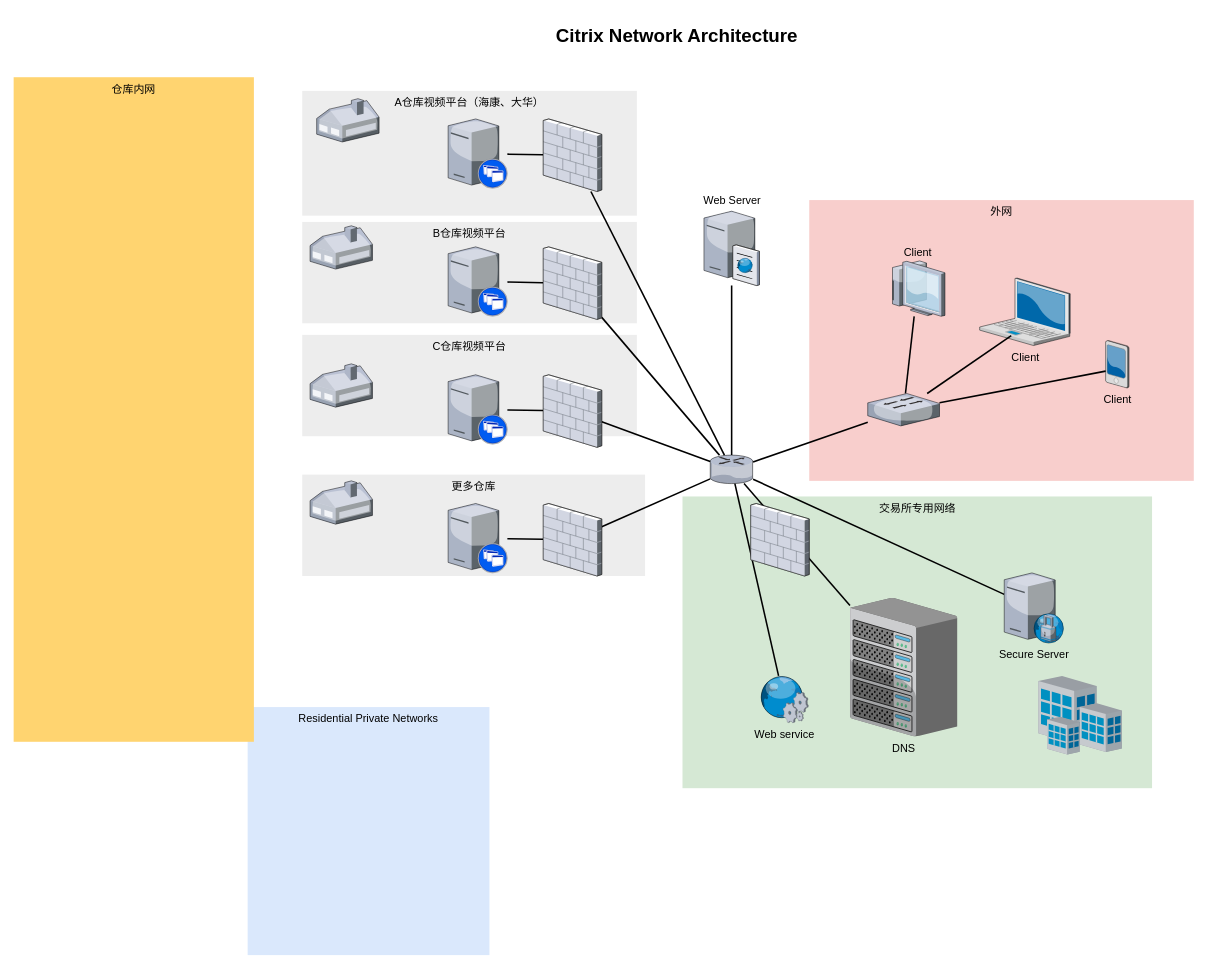
Before: 未命名绘图.drawio in papacs/autoVideo, a draw.io diagram. Source tidied: cells renumbered, new cells numbered last; positions are measured from the earlier drawing's top-left corner, leaving out a move shared by most shapes. Both pictures are drawn from the tidied source at 78%, with x=0, y=0 at pixel (13, 20).
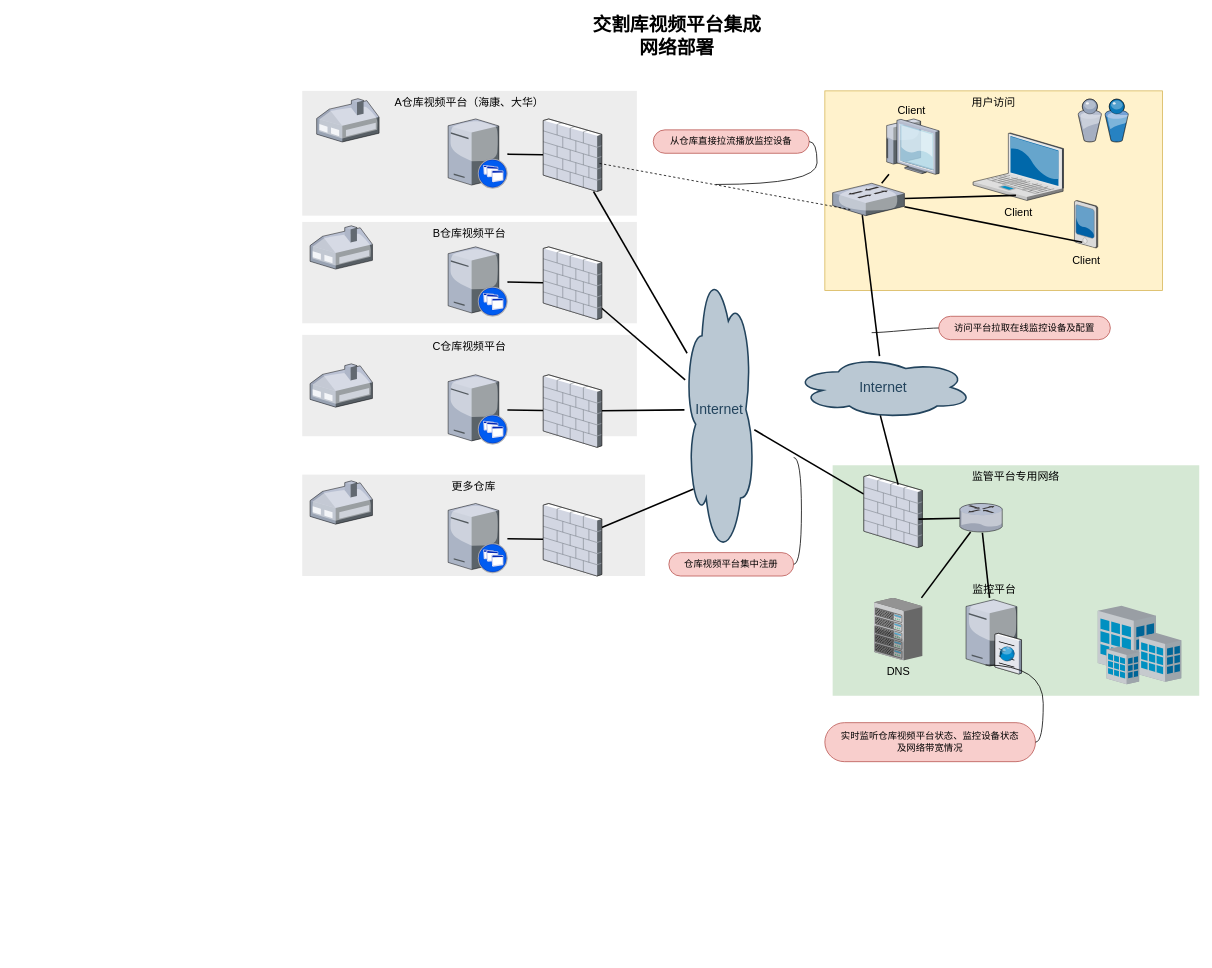
After the change.

Commit message:
更新未命名绘图.drawio

The change refers to these unchanged cells:
```xml
<mxCell id="28" style="verticalLabelPosition=bottom;html=1;verticalAlign=top;strokeColor=none;shape=mxgraph.citrix.firewall;fillColor=#66B2FF;gradientColor=#0066CC;fontSize=14;" parent="1" vertex="1">
  <mxGeometry x="679" y="126" width="75" height="93" as="geometry" />
</mxCell>
<mxCell id="30" style="verticalLabelPosition=bottom;html=1;verticalAlign=top;strokeColor=none;shape=mxgraph.citrix.firewall;fillColor=#66B2FF;gradientColor=#0066CC;fontSize=14;" parent="1" vertex="1">
  <mxGeometry x="679" y="290" width="75" height="93" as="geometry" />
</mxCell>
<mxCell id="32" style="verticalLabelPosition=bottom;html=1;verticalAlign=top;strokeColor=none;shape=mxgraph.citrix.firewall;fillColor=#66B2FF;gradientColor=#0066CC;fontSize=14;" parent="1" vertex="1">
  <mxGeometry x="679" y="454" width="75" height="93" as="geometry" />
</mxCell>
<mxCell id="34" style="verticalLabelPosition=bottom;html=1;verticalAlign=top;strokeColor=none;shape=mxgraph.citrix.firewall;fillColor=#66B2FF;gradientColor=#0066CC;fontSize=14;" parent="1" vertex="1">
  <mxGeometry x="679" y="619" width="75" height="93" as="geometry" />
</mxCell>
```

What changed in the source:
```diff
@@
-    <mxCell id="5" value="外网" style="whiteSpace=wrap;html=1;fillColor=#f8cecc;fontSize=14;strokeColor=none;verticalAlign=top;" parent="1" vertex="1">
-      <mxGeometry x="1020" y="230" width="493" height="360" as="geometry" />
+    <mxCell id="5" value="用户访问" style="whiteSpace=wrap;html=1;fillColor=#fff2cc;fontSize=14;strokeColor=#d6b656;verticalAlign=top;" parent="1" vertex="1">
+      <mxGeometry x="1040" y="90" width="433" height="256" as="geometry" />
     </mxCell>
-    <mxCell id="6" value="交易所专用网络" style="whiteSpace=wrap;html=1;fillColor=#d5e8d4;fontSize=14;strokeColor=none;verticalAlign=top;" parent="1" vertex="1">
-      <mxGeometry x="857.5" y="610" width="602" height="374" as="geometry" />
+    <mxCell id="6" value="监管平台专用网络" style="whiteSpace=wrap;html=1;fillColor=#d5e8d4;fontSize=14;strokeColor=none;verticalAlign=top;" parent="1" vertex="1">
+      <mxGeometry x="1050" y="570" width="470" height="295.5" as="geometry" />
     </mxCell>
@@
-    <mxCell id="8" value="Residential Private Networks" style="whiteSpace=wrap;html=1;fillColor=#dae8fc;fontSize=14;strokeColor=none;verticalAlign=top;" parent="1" vertex="1">
-      <mxGeometry x="300" y="880" width="310" height="318" as="geometry" />
-    </mxCell>
-    <mxCell id="9" value="仓库内网" style="whiteSpace=wrap;html=1;fillColor=#FFD470;gradientColor=none;fontSize=14;strokeColor=none;verticalAlign=top;" parent="1" vertex="1">
-      <mxGeometry y="72.5" width="308" height="852" as="geometry" />
-    </mxCell>
     <mxCell id="10" value="Client" style="verticalLabelPosition=bottom;html=1;verticalAlign=top;strokeColor=none;shape=mxgraph.citrix.laptop_2;fillColor=#66B2FF;gradientColor=#0066CC;fontSize=14;" parent="1" vertex="1">
-      <mxGeometry x="1238.5" y="330" width="116" height="86.5" as="geometry" />
+      <mxGeometry x="1230" y="144" width="116" height="86.5" as="geometry" />
     </mxCell>
     <mxCell id="11" value="Client" style="verticalLabelPosition=bottom;html=1;verticalAlign=top;strokeColor=none;shape=mxgraph.citrix.pda;fillColor=#66B2FF;gradientColor=#0066CC;fontSize=14;" parent="1" vertex="1">
-      <mxGeometry x="1400" y="410" width="30" height="61" as="geometry" />
+      <mxGeometry x="1360" y="230.5" width="30" height="61" as="geometry" />
     </mxCell>
@@
-    <mxCell id="21" style="edgeStyle=none;rounded=0;html=1;startSize=10;endSize=10;jettySize=auto;fontSize=14;endArrow=none;endFill=0;strokeWidth=2;" parent="1" edge="1" source="24" target="25">
+    <mxCell id="21" style="edgeStyle=none;rounded=0;html=1;startSize=10;endSize=10;jettySize=auto;fontSize=14;endArrow=none;endFill=0;strokeWidth=2;" parent="1" edge="1" source="50" target="49">
       <mxGeometry relative="1" as="geometry" />
     </mxCell>
-    <mxCell id="22" style="edgeStyle=none;rounded=0;html=1;startSize=10;endSize=10;jettySize=auto;fontSize=14;endArrow=none;endFill=0;strokeWidth=2;" parent="1" edge="1" source="24" target="39">
+    <mxCell id="22" style="edgeStyle=none;rounded=0;html=1;jettySize=auto;fontSize=14;endArrow=none;endFill=0;strokeWidth=2;entryX=0.413;entryY=0.982;entryDx=0;entryDy=0;entryPerimeter=0;" parent="1" edge="1" source="54" target="39">
       <mxGeometry relative="1" as="geometry" />
     </mxCell>
-    <mxCell id="23" style="edgeStyle=none;rounded=0;html=1;startSize=10;endSize=10;jettySize=auto;fontSize=14;endArrow=none;endFill=0;strokeWidth=2;" parent="1" edge="1" source="24" target="35">
-      <mxGeometry relative="1" as="geometry" />
-    </mxCell>
     <mxCell id="24" style="verticalLabelPosition=bottom;html=1;verticalAlign=top;strokeColor=none;shape=mxgraph.citrix.router;fillColor=#66B2FF;gradientColor=#0066CC;fontSize=14;" parent="1" vertex="1">
-      <mxGeometry x="893" y="557" width="55" height="36.5" as="geometry" />
+      <mxGeometry x="1213" y="619" width="55" height="36.5" as="geometry" />
     </mxCell>
-    <mxCell id="25" value="Web Server" style="verticalLabelPosition=top;html=1;verticalAlign=bottom;strokeColor=none;shape=mxgraph.citrix.cache_server;fillColor=#66B2FF;gradientColor=#0066CC;fontSize=14;labelPosition=center;align=center;" parent="1" vertex="1">
-      <mxGeometry x="885" y="242" width="71" height="97.5" as="geometry" />
+    <mxCell id="25" value="监控平台" style="verticalLabelPosition=top;html=1;verticalAlign=bottom;strokeColor=none;shape=mxgraph.citrix.cache_server;fillColor=#66B2FF;gradientColor=#0066CC;fontSize=14;labelPosition=center;align=center;" parent="1" vertex="1">
+      <mxGeometry x="1221" y="740" width="71" height="97.5" as="geometry" />
     </mxCell>
     <mxCell id="26" value="DNS" style="verticalLabelPosition=bottom;html=1;verticalAlign=top;strokeColor=none;shape=mxgraph.citrix.chassis;fillColor=#66B2FF;gradientColor=#0066CC;fontSize=14;" parent="1" vertex="1">
-      <mxGeometry x="1072.2" y="740" width="137.5" height="177.5" as="geometry" />
+      <mxGeometry x="1103" y="740" width="62" height="80" as="geometry" />
     </mxCell>
-    <mxCell id="27" style="edgeStyle=none;rounded=0;html=1;startSize=10;endSize=10;jettySize=auto;fontSize=14;endArrow=none;endFill=0;strokeWidth=2;" parent="1" edge="1" source="28" target="24">
+    <mxCell id="27" style="edgeStyle=none;rounded=0;html=1;startSize=10;endSize=10;jettySize=auto;fontSize=14;endArrow=none;endFill=0;strokeWidth=2;" parent="1" edge="1" source="28" target="50">
       <mxGeometry relative="1" as="geometry" />
     </mxCell>
@@
-    <mxCell id="29" style="edgeStyle=none;rounded=0;html=1;startSize=10;endSize=10;jettySize=auto;fontSize=14;endArrow=none;endFill=0;strokeWidth=2;" parent="1" edge="1" source="30" target="24">
+    <mxCell id="29" style="edgeStyle=none;rounded=0;html=1;startSize=10;endSize=10;jettySize=auto;fontSize=14;endArrow=none;endFill=0;strokeWidth=2;" parent="1" edge="1" source="30" target="50">
       <mxGeometry relative="1" as="geometry" />
     </mxCell>
@@
-    <mxCell id="31" style="edgeStyle=none;rounded=0;html=1;startSize=10;endSize=10;jettySize=auto;fontSize=14;endArrow=none;endFill=0;strokeWidth=2;" parent="1" edge="1" source="32" target="24">
+    <mxCell id="31" style="edgeStyle=none;rounded=0;html=1;startSize=10;endSize=10;jettySize=auto;fontSize=14;endArrow=none;endFill=0;strokeWidth=2;" parent="1" edge="1" source="32" target="50">
       <mxGeometry relative="1" as="geometry" />
     </mxCell>
@@
-    <mxCell id="33" style="edgeStyle=none;rounded=0;html=1;startSize=10;endSize=10;jettySize=auto;fontSize=14;endArrow=none;endFill=0;strokeWidth=2;" parent="1" edge="1" source="34" target="24">
+    <mxCell id="33" style="edgeStyle=none;rounded=0;html=1;startSize=10;endSize=10;jettySize=auto;fontSize=14;endArrow=none;endFill=0;strokeWidth=2;entryX=0.13;entryY=0.77;entryDx=0;entryDy=0;entryPerimeter=0;" parent="1" edge="1" source="34" target="50">
       <mxGeometry relative="1" as="geometry" />
     </mxCell>
@@
-    <mxCell id="35" value="Secure Server" style="verticalLabelPosition=bottom;html=1;verticalAlign=top;strokeColor=none;shape=mxgraph.citrix.proxy_server;fillColor=#66B2FF;gradientColor=#0066CC;fontSize=14;" parent="1" vertex="1">
-      <mxGeometry x="1270" y="708" width="76.5" height="90" as="geometry" />
-    </mxCell>
@@
-    <mxCell id="37" style="edgeStyle=none;rounded=0;html=1;startSize=10;endSize=10;jettySize=auto;fontSize=14;endArrow=none;endFill=0;strokeWidth=2;" parent="1" edge="1" source="39">
-      <mxGeometry relative="1" as="geometry">
-        <mxPoint x="1279" y="403.9" as="targetPoint" />
-      </mxGeometry>
+    <mxCell id="37" style="edgeStyle=none;rounded=0;html=1;startSize=10;endSize=10;jettySize=auto;fontSize=14;endArrow=none;endFill=0;strokeWidth=2;entryX=0.474;entryY=0.925;entryDx=0;entryDy=0;entryPerimeter=0;" parent="1" edge="1" source="39" target="10">
+      <mxGeometry relative="1" as="geometry" />
     </mxCell>
-    <mxCell id="38" style="edgeStyle=none;rounded=0;html=1;startSize=10;endSize=10;jettySize=auto;fontSize=14;endArrow=none;endFill=0;strokeWidth=2;" parent="1" edge="1" source="39">
-      <mxGeometry relative="1" as="geometry">
-        <mxPoint x="1400" y="449.3" as="targetPoint" />
-      </mxGeometry>
+    <mxCell id="38" style="edgeStyle=none;rounded=0;html=1;startSize=10;endSize=10;jettySize=auto;fontSize=14;endArrow=none;endFill=0;strokeWidth=2;entryX=0.333;entryY=0.877;entryDx=0;entryDy=0;entryPerimeter=0;" parent="1" edge="1" source="39" target="11">
+      <mxGeometry relative="1" as="geometry" />
     </mxCell>
     <mxCell id="39" style="verticalLabelPosition=bottom;html=1;verticalAlign=top;strokeColor=none;shape=mxgraph.citrix.switch;fillColor=#66B2FF;gradientColor=#0066CC;fontSize=14;" parent="1" vertex="1">
-      <mxGeometry x="1095" y="478" width="92" height="41.5" as="geometry" />
+      <mxGeometry x="1050" y="208.5" width="92" height="41.5" as="geometry" />
     </mxCell>
     <mxCell id="40" value="Client" style="verticalLabelPosition=top;html=1;verticalAlign=bottom;strokeColor=none;shape=mxgraph.citrix.thin_client;fillColor=#66B2FF;gradientColor=#0066CC;fontSize=14;labelPosition=center;align=center;" parent="1" vertex="1">
-      <mxGeometry x="1123" y="308" width="71" height="71" as="geometry" />
+      <mxGeometry x="1115.5" y="126" width="71" height="71" as="geometry" />
     </mxCell>
-    <mxCell id="41" style="edgeStyle=none;rounded=0;html=1;startSize=10;endSize=10;jettySize=auto;fontSize=14;endArrow=none;endFill=0;strokeWidth=2;" parent="1" edge="1" source="42" target="24">
-      <mxGeometry relative="1" as="geometry" />
-    </mxCell>
-    <mxCell id="42" value="Web service" style="verticalLabelPosition=bottom;html=1;verticalAlign=top;strokeColor=none;shape=mxgraph.citrix.web_service;fillColor=#66B2FF;gradientColor=#0066CC;fontSize=14;" parent="1" vertex="1">
-      <mxGeometry x="956" y="840" width="63" height="60" as="geometry" />
-    </mxCell>
     <mxCell id="43" style="verticalLabelPosition=bottom;html=1;verticalAlign=top;strokeColor=none;shape=mxgraph.citrix.site;fillColor=#66B2FF;gradientColor=#0066CC;fontSize=14;" parent="1" vertex="1">
-      <mxGeometry x="1313.8" y="840" width="107" height="101" as="geometry" />
+      <mxGeometry x="1390" y="750" width="107" height="101" as="geometry" />
     </mxCell>
-    <mxCell id="44" value="Citrix Network Architecture" style="text;strokeColor=none;fillColor=none;html=1;fontSize=24;fontStyle=1;verticalAlign=middle;align=center;" parent="1" vertex="1">
+    <mxCell id="44" value="交割库视频平台集成&lt;br&gt;网络部署" style="text;strokeColor=none;fillColor=none;html=1;fontSize=24;fontStyle=1;verticalAlign=middle;align=center;" parent="1" vertex="1">
       <mxGeometry x="419" width="861" height="40" as="geometry" />
     </mxCell>
@@
     <mxCell id="49" style="verticalLabelPosition=bottom;html=1;verticalAlign=top;strokeColor=none;shape=mxgraph.citrix.firewall;fillColor=#66B2FF;gradientColor=#0066CC;fontSize=14;" parent="1" vertex="1">
-      <mxGeometry x="945" y="619" width="75" height="93" as="geometry" />
+      <mxGeometry x="1090" y="582.5" width="75" height="93" as="geometry" />
     </mxCell>
+    <mxCell id="50" value="Internet" style="ellipse;shape=cloud;whiteSpace=wrap;html=1;shadow=0;strokeColor=#23445D;fillColor=#BAC8D3;gradientColor=none;fontSize=18;fontColor=#23445D;gradientDirection=north;fontStyle=0;strokeWidth=2;" parent="1" vertex="1">
+      <mxGeometry x="860" y="309.6" width="90" height="377.8" as="geometry" />
+    </mxCell>
+    <mxCell id="51" style="edgeStyle=none;rounded=0;html=1;startSize=10;endSize=10;jettySize=auto;fontSize=14;endArrow=none;endFill=0;strokeWidth=2;entryX=0.933;entryY=0.608;entryDx=0;entryDy=0;entryPerimeter=0;" parent="1" edge="1" source="24" target="49">
+      <mxGeometry relative="1" as="geometry" />
+    </mxCell>
+    <mxCell id="52" style="edgeStyle=none;rounded=0;html=1;startSize=10;endSize=10;jettySize=auto;fontSize=14;endArrow=none;endFill=0;strokeWidth=2;entryX=0.527;entryY=1.027;entryDx=0;entryDy=0;entryPerimeter=0;" parent="1" edge="1" source="25" target="24">
+      <mxGeometry relative="1" as="geometry" />
+    </mxCell>
+    <mxCell id="53" style="verticalLabelPosition=bottom;sketch=0;html=1;verticalAlign=top;strokeColor=none;align=center;shape=mxgraph.citrix.users;" parent="1" vertex="1">
+      <mxGeometry x="1364.5" y="100.5" width="64.5" height="55" as="geometry" />
+    </mxCell>
+    <mxCell id="54" value="Internet" style="ellipse;shape=cloud;whiteSpace=wrap;html=1;shadow=0;strokeColor=#23445D;fillColor=#BAC8D3;gradientColor=none;fontSize=18;fontColor=#23445D;gradientDirection=north;fontStyle=0;strokeWidth=2;" parent="1" vertex="1">
+      <mxGeometry x="1000" y="430" width="230" height="80" as="geometry" />
+    </mxCell>
+    <mxCell id="55" style="edgeStyle=none;rounded=0;html=1;startSize=10;endSize=10;jettySize=auto;fontSize=14;endArrow=none;endFill=0;strokeWidth=2;exitX=0.483;exitY=0.95;exitDx=0;exitDy=0;exitPerimeter=0;entryX=0.587;entryY=0.134;entryDx=0;entryDy=0;entryPerimeter=0;" parent="1" edge="1" source="54" target="49">
+      <mxGeometry relative="1" as="geometry" />
+    </mxCell>
+    <mxCell id="56" style="endArrow=none;dashed=1;html=1;rounded=0;entryX=0.25;entryY=0.813;entryDx=0;entryDy=0;entryPerimeter=0;exitX=0.96;exitY=0.613;exitDx=0;exitDy=0;exitPerimeter=0;" parent="1" edge="1" source="28" target="39">
+      <mxGeometry relative="1" as="geometry" />
+    </mxCell>
+    <mxCell id="57" value="访问平台拉取在线监控设备及配置" style="whiteSpace=wrap;html=1;rounded=1;arcSize=50;align=center;verticalAlign=middle;strokeWidth=1;spacing=4;newEdgeStyle={&quot;edgeStyle&quot;:&quot;entityRelationEdgeStyle&quot;,&quot;startArrow&quot;:&quot;none&quot;,&quot;endArrow&quot;:&quot;none&quot;,&quot;segment&quot;:10,&quot;curved&quot;:1,&quot;sourcePerimeterSpacing&quot;:0,&quot;targetPerimeterSpacing&quot;:0};fillColor=#f8cecc;strokeColor=#b85450;" parent="1" vertex="1">
+      <mxGeometry x="1186" y="379" width="220" height="30" as="geometry" />
+    </mxCell>
+    <mxCell id="58" style="edgeStyle=entityRelationEdgeStyle;startArrow=none;endArrow=none;segment=10;curved=1;sourcePerimeterSpacing=0;targetPerimeterSpacing=0;rounded=0;" parent="1" edge="1" target="57">
+      <mxGeometry relative="1" as="geometry">
+        <mxPoint x="1100" y="400" as="sourcePoint" />
+      </mxGeometry>
+    </mxCell>
+    <mxCell id="59" value="从仓库直接拉流播放监控设备" style="whiteSpace=wrap;html=1;rounded=1;arcSize=50;align=center;verticalAlign=middle;strokeWidth=1;spacing=4;newEdgeStyle={&quot;edgeStyle&quot;:&quot;entityRelationEdgeStyle&quot;,&quot;startArrow&quot;:&quot;none&quot;,&quot;endArrow&quot;:&quot;none&quot;,&quot;segment&quot;:10,&quot;curved&quot;:1,&quot;sourcePerimeterSpacing&quot;:0,&quot;targetPerimeterSpacing&quot;:0};fillColor=#f8cecc;strokeColor=#b85450;" parent="1" vertex="1">
+      <mxGeometry x="820" y="140" width="200" height="30" as="geometry" />
+    </mxCell>
+    <mxCell id="60" style="edgeStyle=entityRelationEdgeStyle;startArrow=none;endArrow=none;segment=10;curved=1;sourcePerimeterSpacing=0;targetPerimeterSpacing=0;rounded=0;" parent="1" edge="1" target="59">
+      <mxGeometry relative="1" as="geometry">
+        <mxPoint x="900" y="210" as="sourcePoint" />
+      </mxGeometry>
+    </mxCell>
+    <mxCell id="61" value="仓库视频平台集中注册" style="whiteSpace=wrap;html=1;rounded=1;arcSize=50;align=center;verticalAlign=middle;strokeWidth=1;spacing=4;newEdgeStyle={&quot;edgeStyle&quot;:&quot;entityRelationEdgeStyle&quot;,&quot;startArrow&quot;:&quot;none&quot;,&quot;endArrow&quot;:&quot;none&quot;,&quot;segment&quot;:10,&quot;curved&quot;:1,&quot;sourcePerimeterSpacing&quot;:0,&quot;targetPerimeterSpacing&quot;:0};fillColor=#f8cecc;strokeColor=#b85450;" parent="1" vertex="1">
+      <mxGeometry x="840" y="682" width="160" height="30" as="geometry" />
+    </mxCell>
+    <mxCell id="62" style="edgeStyle=entityRelationEdgeStyle;startArrow=none;endArrow=none;segment=10;curved=1;sourcePerimeterSpacing=0;targetPerimeterSpacing=0;rounded=0;" parent="1" edge="1" target="61">
+      <mxGeometry relative="1" as="geometry">
+        <mxPoint x="1000" y="560" as="sourcePoint" />
+      </mxGeometry>
+    </mxCell>
+    <mxCell id="63" value="实时监听仓库视频平台状态、监控设备状态&lt;br&gt;及网络带宽情况" style="whiteSpace=wrap;html=1;rounded=1;arcSize=50;align=center;verticalAlign=middle;strokeWidth=1;spacing=4;newEdgeStyle={&quot;edgeStyle&quot;:&quot;entityRelationEdgeStyle&quot;,&quot;startArrow&quot;:&quot;none&quot;,&quot;endArrow&quot;:&quot;none&quot;,&quot;segment&quot;:10,&quot;curved&quot;:1,&quot;sourcePerimeterSpacing&quot;:0,&quot;targetPerimeterSpacing&quot;:0};fillColor=#f8cecc;strokeColor=#b85450;" parent="1" vertex="1">
+      <mxGeometry x="1040" y="900" width="270" height="50" as="geometry" />
+    </mxCell>
+    <mxCell id="64" style="edgeStyle=entityRelationEdgeStyle;startArrow=none;endArrow=none;segment=10;curved=1;sourcePerimeterSpacing=0;targetPerimeterSpacing=0;rounded=0;exitX=0.352;exitY=0.882;exitDx=0;exitDy=0;exitPerimeter=0;" parent="1" edge="1" source="25" target="63">
+      <mxGeometry relative="1" as="geometry" />
+    </mxCell>
```
